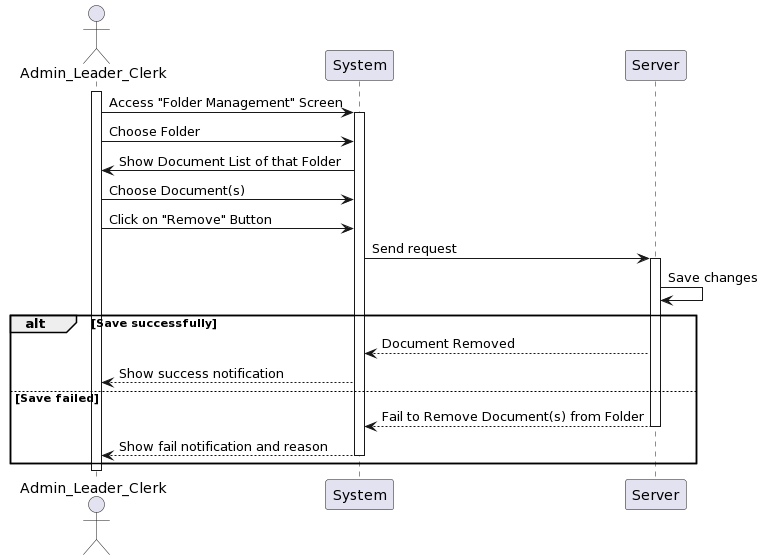
This is Lab1/Lab1.2/SequenceDiagram/Folder/RemoveDocumentfromFolder/RemoveDocumentfromFolder_SequenceDiagram.png from khoapham1003/SE357-Pratice-class, a PlantUML export, as it was before one commit.
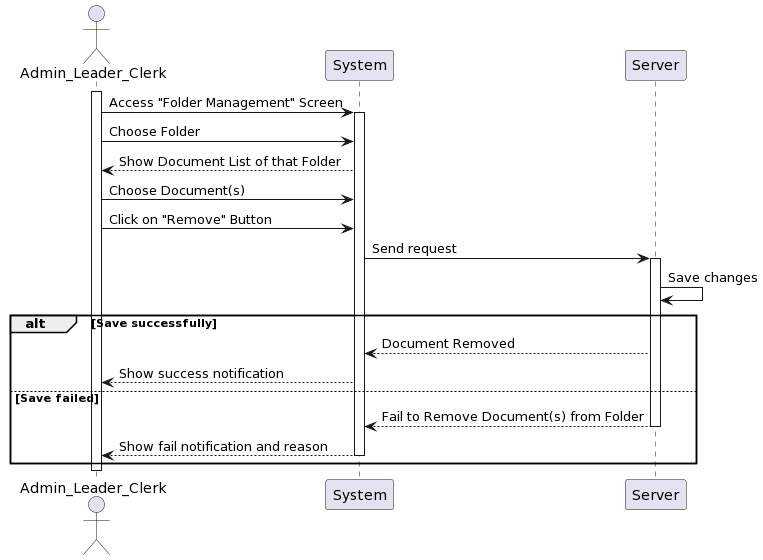
Above is the later version.

The edit, as a diff of the source:
```diff
@@ -7,7 +7,7 @@
 User -> System: Access "Folder Management" Screen
 activate System
 User -> System: Choose Folder
-System -> User : Show Document List of that Folder
+System --> User : Show Document List of that Folder
 User -> System: Choose Document(s)
 User -> System: Click on "Remove" Button
 System -> Server: Send request
```
